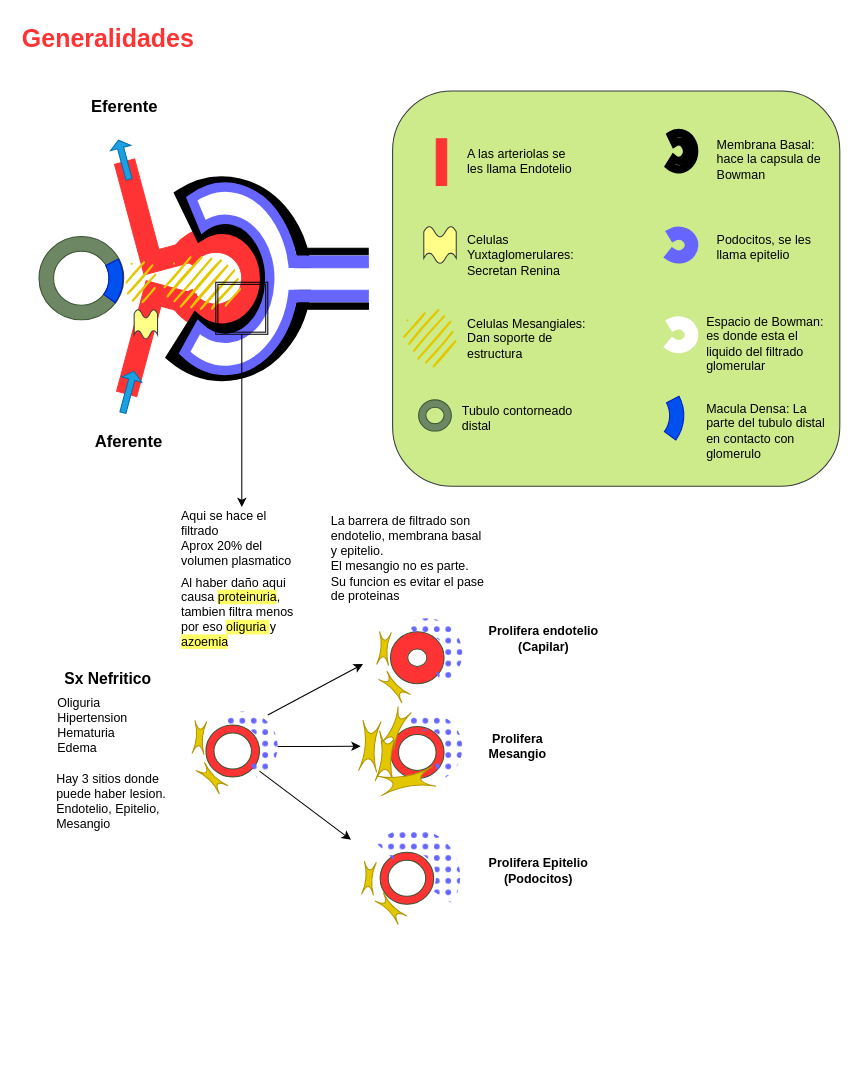
Before: Nefro.drawio in Santicabal/Apuntes, a draw.io diagram. Source tidied: cells renumbered, new cells numbered last; positions are measured from the earlier drawing's top-left corner, leaving out a move shared by most shapes. Both pictures are drawn from the tidied source at 104%, with x=0, y=0 at pixel (20, 18).
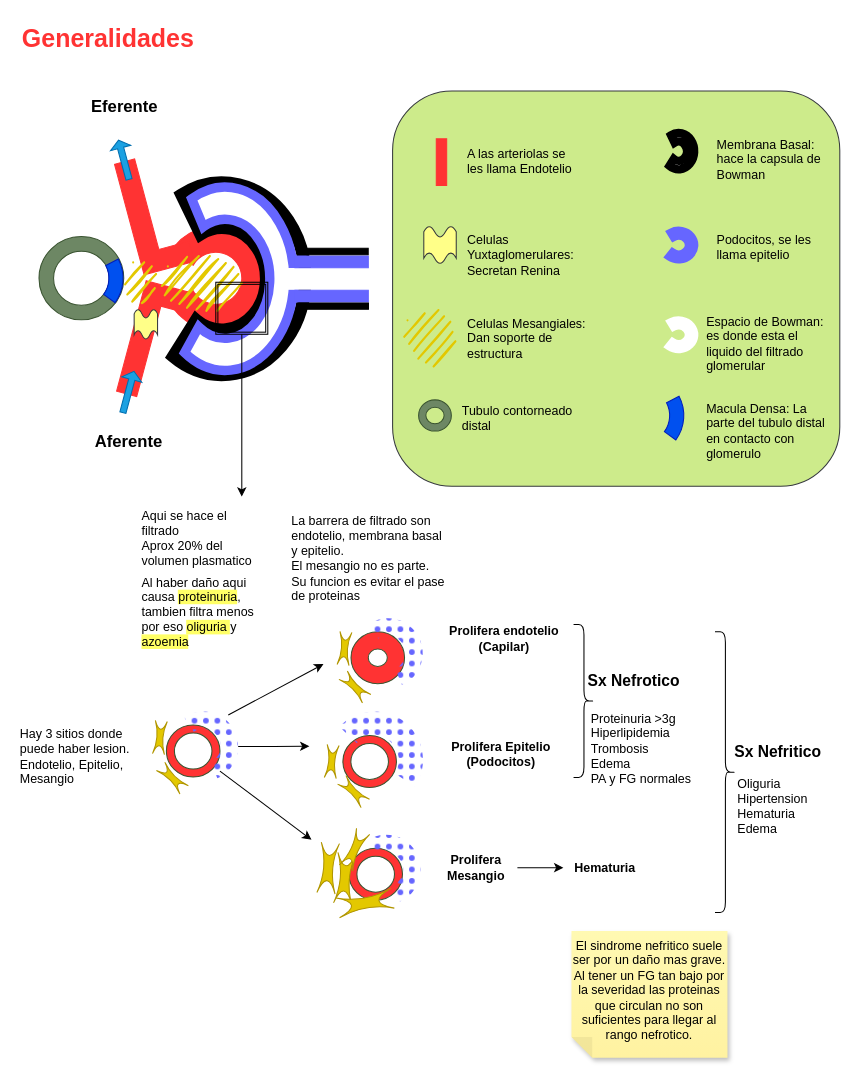
The same diagram, later.

The change refers to these unchanged cells:
```xml
<mxCell id="40" style="shape=ext;double=1;whiteSpace=wrap;html=1;fillColor=none;strokeColor=#000000;" parent="1" vertex="1">
  <mxGeometry x="188" y="253.9" width="50" height="50" as="geometry" />
</mxCell>
```

Diff of the diagram source:
```diff
@@
-    <mxCell id="6" style="ellipse;whiteSpace=wrap;html=1;strokeWidth=2;fillWeight=2;hachureGap=8;fillColor=#e3c800;fillStyle=dots;sketch=1;strokeColor=none;fontColor=#000000;" parent="1" vertex="1">
+    <mxCell id="6" style="ellipse;whiteSpace=wrap;html=1;strokeWidth=2;fillWeight=2;hachureGap=8;fillColor=#e3c800;fillStyle=dots;strokeColor=none;fontColor=#000000;sketch=1;curveFitting=1;jiggle=2;" parent="1" vertex="1">
       <mxGeometry x="134" y="228" width="80" height="53.8" as="geometry" />
     </mxCell>
@@
-    <mxCell id="32" style="ellipse;whiteSpace=wrap;html=1;strokeWidth=2;fillWeight=2;hachureGap=8;fillColor=#e3c800;fillStyle=dots;sketch=1;strokeColor=none;fontColor=#000000;" parent="1" vertex="1">
+    <mxCell id="32" style="ellipse;whiteSpace=wrap;html=1;strokeWidth=2;fillWeight=2;hachureGap=8;fillColor=#e3c800;fillStyle=dots;strokeColor=none;fontColor=#000000;sketch=1;curveFitting=1;jiggle=2;" parent="1" vertex="1">
       <mxGeometry x="99.9" y="231.9" width="31.1" height="42" as="geometry" />
     </mxCell>
@@
-    <mxCell id="39" style="edgeStyle=orthogonalEdgeStyle;rounded=0;jettySize=auto;html=1;entryX=0.5;entryY=0;entryDx=0;entryDy=0;" parent="1" edge="1" source="40" target="41">
-      <mxGeometry relative="1" as="geometry">
-        <Array as="points">
-          <mxPoint x="213" y="460" />
-        </Array>
-      </mxGeometry>
-    </mxCell>
+    <mxCell id="71" style="edgeStyle=orthogonalEdgeStyle;rounded=0;jettySize=auto;html=1;" parent="1" edge="1" source="40">
+      <mxGeometry relative="1" as="geometry">
+        <mxPoint x="213" y="460" as="targetPoint" />
+      </mxGeometry>
+    </mxCell>
@@
     <mxCell id="41" value="Aqui se hace el filtrado&lt;br&gt;Aprox 20% del volumen plasmatico" style="rounded=1;whiteSpace=wrap;html=1;align=left;strokeColor=none;" parent="1" vertex="1">
-      <mxGeometry x="153" y="470" width="120" height="60" as="geometry" />
+      <mxGeometry x="115" y="470" width="120" height="60" as="geometry" />
     </mxCell>
     <mxCell id="42" value="Oliguria&lt;br&gt;Hipertension&lt;br&gt;Hematuria&lt;br&gt;Edema" style="rounded=1;whiteSpace=wrap;html=1;align=left;strokeColor=none;" parent="1" vertex="1">
-      <mxGeometry x="34.1" y="649.8" width="120" height="60" as="geometry" />
+      <mxGeometry x="688" y="727.7" width="90" height="60" as="geometry" />
     </mxCell>
     <mxCell id="43" value="Al haber daño aqui causa &lt;span style=&quot;background-color: rgb(255, 255, 102);&quot;&gt;proteinuria&lt;/span&gt;, tambien filtra menos por eso &lt;span style=&quot;background-color: rgb(255, 255, 102);&quot;&gt;oliguria &lt;/span&gt;y &lt;span style=&quot;background-color: rgb(255, 255, 102);&quot;&gt;azoemia&lt;/span&gt;" style="rounded=1;whiteSpace=wrap;html=1;align=left;strokeColor=none;" parent="1" vertex="1">
-      <mxGeometry x="153" y="541" width="120" height="60" as="geometry" />
+      <mxGeometry x="115" y="541" width="120" height="60" as="geometry" />
     </mxCell>
     <mxCell id="44" style="rounded=0;orthogonalLoop=1;jettySize=auto;html=1;" parent="1" edge="1">
       <mxGeometry relative="1" as="geometry">
-        <mxPoint x="238" y="670" as="sourcePoint" />
-        <mxPoint x="329.5" y="621" as="targetPoint" />
+        <mxPoint x="200" y="670" as="sourcePoint" />
+        <mxPoint x="291.5" y="621" as="targetPoint" />
       </mxGeometry>
     </mxCell>
     <mxCell id="45" style="rounded=0;jettySize=auto;html=1;" parent="1" edge="1" source="46">
       <mxGeometry relative="1" as="geometry">
-        <mxPoint x="318" y="790" as="targetPoint" />
+        <mxPoint x="280" y="790" as="targetPoint" />
       </mxGeometry>
     </mxCell>
     <mxCell id="46" style="verticalLabelPosition=bottom;verticalAlign=top;html=1;shape=mxgraph.basic.donut;dx=7.69;fillColor=#FF3333;fontColor=#ffffff;strokeColor=#3A5431;" parent="1" vertex="1">
-      <mxGeometry x="178.5" y="679.7" width="51.5" height="50" as="geometry" />
+      <mxGeometry x="140.5" y="679.7" width="51.5" height="50" as="geometry" />
     </mxCell>
-    <mxCell id="47" style="edgeStyle=orthogonalEdgeStyle;rounded=0;jettySize=auto;html=1;" parent="1" edge="1" source="48" target="68">
-      <mxGeometry relative="1" as="geometry" />
-    </mxCell>
+    <mxCell id="72" style="edgeStyle=orthogonalEdgeStyle;rounded=0;jettySize=auto;html=1;" parent="1" edge="1" source="48">
+      <mxGeometry relative="1" as="geometry">
+        <mxPoint x="278" y="700" as="targetPoint" />
+      </mxGeometry>
+    </mxCell>
     <mxCell id="48" style="verticalLabelPosition=bottom;verticalAlign=top;html=1;shape=mxgraph.basic.partConcEllipse;dx=7.69;fillColor=#6666FF;fontColor=#ffffff;strokeColor=none;fillStyle=dots;startAngle=0.9075697555976807;endAngle=0.43382149838084605;arcWidth=0.5;" parent="1" vertex="1">
-      <mxGeometry x="180.5" y="666.7" width="67" height="67" as="geometry" />
+      <mxGeometry x="142.5" y="666.7" width="67" height="67" as="geometry" />
     </mxCell>
     <mxCell id="49" style="verticalLabelPosition=bottom;verticalAlign=top;html=1;shape=mxgraph.basic.donut;dx=7.69;fillColor=#FF3333;fontColor=#ffffff;strokeColor=#3A5431;" parent="1" vertex="1">
-      <mxGeometry x="346" y="802" width="51.5" height="50" as="geometry" />
+      <mxGeometry x="310.2" y="689.7" width="51.5" height="50" as="geometry" />
     </mxCell>
     <mxCell id="50" style="verticalLabelPosition=bottom;verticalAlign=top;html=1;shape=mxgraph.basic.partConcEllipse;dx=19.34;fillColor=#6666FF;fontColor=#ffffff;strokeColor=none;fillStyle=dots;startAngle=0.8701785983640878;endAngle=0.3435835209054995;arcWidth=0.5;" parent="1" vertex="1">
-      <mxGeometry x="330" y="779" width="93" height="93" as="geometry" />
+      <mxGeometry x="294.2" y="666.7" width="93" height="93" as="geometry" />
     </mxCell>
     <mxCell id="51" value="Prolifera endotelio &lt;br&gt;(Capilar)" style="text;html=1;align=center;verticalAlign=middle;strokeColor=none;fillColor=none;fontStyle=1;" parent="1" vertex="1">
-      <mxGeometry x="438" y="577" width="130" height="40" as="geometry" />
+      <mxGeometry x="400" y="577" width="130" height="40" as="geometry" />
     </mxCell>
     <mxCell id="52" value="Prolifera Epitelio&lt;br&gt;(Podocitos)" style="text;html=1;align=center;verticalAlign=middle;strokeColor=none;fillColor=none;fontStyle=1;" parent="1" vertex="1">
-      <mxGeometry x="438" y="800" width="120" height="40" as="geometry" />
+      <mxGeometry x="402.2" y="687.7" width="120" height="40" as="geometry" />
     </mxCell>
-    <mxCell id="53" value="Sx Nefritico" style="text;html=1;align=center;verticalAlign=middle;strokeColor=none;fillColor=none;fontStyle=1;fontSize=15;" parent="1" vertex="1">
-      <mxGeometry x="29" y="619.8" width="110" height="30" as="geometry" />
+    <mxCell id="53" value="Sx Nefritico" style="text;html=1;align=left;verticalAlign=middle;strokeColor=none;fillColor=none;fontStyle=1;fontSize=15;" parent="1" vertex="1">
+      <mxGeometry x="685" y="689.7" width="110" height="30" as="geometry" />
     </mxCell>
     <mxCell id="54" value="Hay 3 sitios donde puede haber lesion.&lt;br&gt;Endotelio, Epitelio, Mesangio" style="rounded=1;whiteSpace=wrap;html=1;align=left;strokeColor=none;" parent="1" vertex="1">
-      <mxGeometry x="33" y="723.2" width="120" height="60" as="geometry" />
+      <mxGeometry x="-2" y="680" width="120" height="60" as="geometry" />
     </mxCell>
     <mxCell id="55" style="shape=switch;whiteSpace=wrap;html=1;rotation=5;fillColor=#e3c800;fontColor=#000000;strokeColor=#B09500;" parent="1" vertex="1">
-      <mxGeometry x="166.5" y="675.7" width="11.5" height="32" as="geometry" />
+      <mxGeometry x="128.5" y="675.7" width="11.5" height="32" as="geometry" />
     </mxCell>
     <mxCell id="56" style="shape=switch;whiteSpace=wrap;html=1;rotation=-45;fillColor=#e3c800;fontColor=#000000;strokeColor=#B09500;" parent="1" vertex="1">
-      <mxGeometry x="178.5" y="714.7" width="11.5" height="32" as="geometry" />
+      <mxGeometry x="140.5" y="714.7" width="11.5" height="32" as="geometry" />
     </mxCell>
     <mxCell id="57" style="verticalLabelPosition=bottom;verticalAlign=top;html=1;shape=mxgraph.basic.donut;dx=16.59;fillColor=#FF3333;fontColor=#ffffff;strokeColor=#3A5431;" parent="1" vertex="1">
-      <mxGeometry x="356" y="590" width="51.5" height="50" as="geometry" />
+      <mxGeometry x="318" y="590" width="51.5" height="50" as="geometry" />
     </mxCell>
     <mxCell id="58" style="verticalLabelPosition=bottom;verticalAlign=top;html=1;shape=mxgraph.basic.partConcEllipse;dx=7.69;fillColor=#6666FF;fontColor=#ffffff;strokeColor=none;fillStyle=dots;startAngle=0.9075697555976807;endAngle=0.43382149838084605;arcWidth=0.5;" parent="1" vertex="1">
-      <mxGeometry x="358" y="577" width="67" height="67" as="geometry" />
+      <mxGeometry x="320" y="577" width="67" height="67" as="geometry" />
     </mxCell>
     <mxCell id="59" style="shape=switch;whiteSpace=wrap;html=1;rotation=5;fillColor=#e3c800;fontColor=#000000;strokeColor=#B09500;" parent="1" vertex="1">
-      <mxGeometry x="344" y="590" width="11.5" height="32" as="geometry" />
+      <mxGeometry x="306" y="590" width="11.5" height="32" as="geometry" />
     </mxCell>
     <mxCell id="60" style="shape=switch;whiteSpace=wrap;html=1;rotation=-45;fillColor=#e3c800;fontColor=#000000;strokeColor=#B09500;" parent="1" vertex="1">
-      <mxGeometry x="354" y="627" width="11.5" height="32" as="geometry" />
+      <mxGeometry x="316" y="627" width="11.5" height="32" as="geometry" />
     </mxCell>
     <mxCell id="61" style="shape=switch;whiteSpace=wrap;html=1;rotation=5;fillColor=#e3c800;fontColor=#000000;strokeColor=#B09500;" parent="1" vertex="1">
-      <mxGeometry x="329.5" y="811" width="11.5" height="32" as="geometry" />
+      <mxGeometry x="293.7" y="698.7" width="11.5" height="32" as="geometry" />
     </mxCell>
     <mxCell id="62" style="shape=switch;whiteSpace=wrap;html=1;rotation=-45;fillColor=#e3c800;fontColor=#000000;strokeColor=#B09500;" parent="1" vertex="1">
-      <mxGeometry x="350.5" y="840" width="11.5" height="32" as="geometry" />
+      <mxGeometry x="314.7" y="727.7" width="11.5" height="32" as="geometry" />
     </mxCell>
     <mxCell id="63" style="verticalLabelPosition=bottom;verticalAlign=top;html=1;shape=mxgraph.basic.donut;dx=7.69;fillColor=#FF3333;fontColor=#ffffff;strokeColor=#3A5431;" parent="1" vertex="1">
-      <mxGeometry x="356" y="681" width="51.5" height="50" as="geometry" />
+      <mxGeometry x="316" y="798.1" width="51.5" height="50" as="geometry" />
     </mxCell>
     <mxCell id="64" style="verticalLabelPosition=bottom;verticalAlign=top;html=1;shape=mxgraph.basic.partConcEllipse;dx=7.69;fillColor=#6666FF;fontColor=#ffffff;strokeColor=none;fillStyle=dots;startAngle=0.9075697555976807;endAngle=0.43382149838084605;arcWidth=0.5;" parent="1" vertex="1">
-      <mxGeometry x="358" y="668" width="67" height="67" as="geometry" />
+      <mxGeometry x="318" y="785.1" width="67" height="67" as="geometry" />
     </mxCell>
     <mxCell id="65" style="shape=switch;whiteSpace=wrap;html=1;rotation=5;fillColor=#e3c800;fontColor=#000000;strokeColor=#B09500;" parent="1" vertex="1">
-      <mxGeometry x="343.3" y="685.7" width="17.5" height="48.7" as="geometry" />
+      <mxGeometry x="303.3" y="802.8" width="17.5" height="48.7" as="geometry" />
     </mxCell>
     <mxCell id="66" style="shape=switch;whiteSpace=wrap;html=1;rotation=80;fillColor=#e3c800;fontColor=#000000;strokeColor=#B09500;" parent="1" vertex="1">
-      <mxGeometry x="362" y="706.9" width="19.3" height="53.5" as="geometry" />
+      <mxGeometry x="322" y="824.1" width="19.3" height="53.5" as="geometry" />
     </mxCell>
     <mxCell id="67" style="shape=switch;whiteSpace=wrap;html=1;rotation=25;fillColor=#e3c800;fontColor=#000000;strokeColor=#B09500;" parent="1" vertex="1">
-      <mxGeometry x="354.4" y="662.9" width="14" height="39" as="geometry" />
+      <mxGeometry x="314.4" y="780" width="14" height="39" as="geometry" />
     </mxCell>
     <mxCell id="68" style="shape=switch;whiteSpace=wrap;html=1;rotation=5;fillColor=#e3c800;fontColor=#000000;strokeColor=#B09500;" parent="1" vertex="1">
-      <mxGeometry x="327.3" y="675.7" width="17.5" height="48.7" as="geometry" />
+      <mxGeometry x="287.3" y="792.8" width="17.5" height="48.7" as="geometry" />
     </mxCell>
+    <mxCell id="73" style="edgeStyle=orthogonalEdgeStyle;rounded=0;jettySize=auto;html=1;" parent="1" edge="1" source="69" target="74">
+      <mxGeometry relative="1" as="geometry" />
+    </mxCell>
     <mxCell id="69" value="Prolifera &lt;br&gt;Mesangio" style="text;html=1;align=center;verticalAlign=middle;points=[];strokeColor=none;fillColor=none;fontStyle=1;" parent="1" vertex="1">
-      <mxGeometry x="438" y="679.7" width="80" height="40" as="geometry" />
+      <mxGeometry x="398" y="796.8" width="80" height="40" as="geometry" />
     </mxCell>
     <mxCell id="70" value="La barrera de filtrado son endotelio, membrana basal y epitelio. &lt;br&gt;El mesangio no es parte.&lt;br&gt;Su funcion es evitar el pase de proteinas" style="rounded=1;whiteSpace=wrap;html=1;align=left;verticalAlign=top;strokeColor=none;" parent="1" vertex="1">
-      <mxGeometry x="296.8" y="470" width="151.2" height="100" as="geometry" />
+      <mxGeometry x="258.8" y="470" width="151.2" height="100" as="geometry" />
     </mxCell>
+    <mxCell id="74" value="Hematuria" style="text;html=1;align=center;verticalAlign=middle;points=[];strokeColor=none;fillColor=none;fontStyle=1;" parent="1" vertex="1">
+      <mxGeometry x="522.2" y="801.8" width="80" height="30" as="geometry" />
+    </mxCell>
+    <mxCell id="75" style="shape=curlyBracket;whiteSpace=wrap;html=1;rounded=1;flipH=1;labelPosition=right;verticalLabelPosition=middle;align=left;verticalAlign=middle;" parent="1" vertex="1">
+      <mxGeometry x="532" y="583" width="20" height="147" as="geometry" />
+    </mxCell>
+    <mxCell id="76" style="shape=curlyBracket;whiteSpace=wrap;html=1;rounded=1;flipH=1;labelPosition=right;verticalLabelPosition=middle;align=left;verticalAlign=middle;" parent="1" vertex="1">
+      <mxGeometry x="668" y="590" width="20" height="270" as="geometry" />
+    </mxCell>
+    <mxCell id="77" value="Sx Nefrotico" style="text;html=1;align=left;verticalAlign=middle;strokeColor=none;fillColor=none;fontStyle=1;fontSize=15;" parent="1" vertex="1">
+      <mxGeometry x="544" y="622" width="110" height="30" as="geometry" />
+    </mxCell>
+    <mxCell id="78" value="Proteinuria &amp;gt;3g&lt;br&gt;Hiperlipidemia&lt;br&gt;Trombosis&lt;br&gt;Edema&lt;br&gt;PA y FG normales" style="rounded=1;whiteSpace=wrap;html=1;align=left;strokeColor=none;verticalAlign=top;" parent="1" vertex="1">
+      <mxGeometry x="547" y="659.7" width="100" height="60" as="geometry" />
+    </mxCell>
+    <mxCell id="79" value="El sindrome nefritico suele ser por un daño mas grave. Al tener un FG tan bajo por la severidad las proteinas que circulan no son suficientes para llegar al rango nefrotico." style="shape=note;whiteSpace=wrap;html=1;backgroundOutline=1;fontColor=#000000;darkOpacity=0.05;fillColor=#FFF9B2;strokeColor=none;fillStyle=solid;direction=west;gradientDirection=north;gradientColor=#FFF2A1;shadow=1;size=20;verticalAlign=top;" parent="1" vertex="1">
+      <mxGeometry x="530" y="877.6" width="150" height="121.9" as="geometry" />
+    </mxCell>
```
